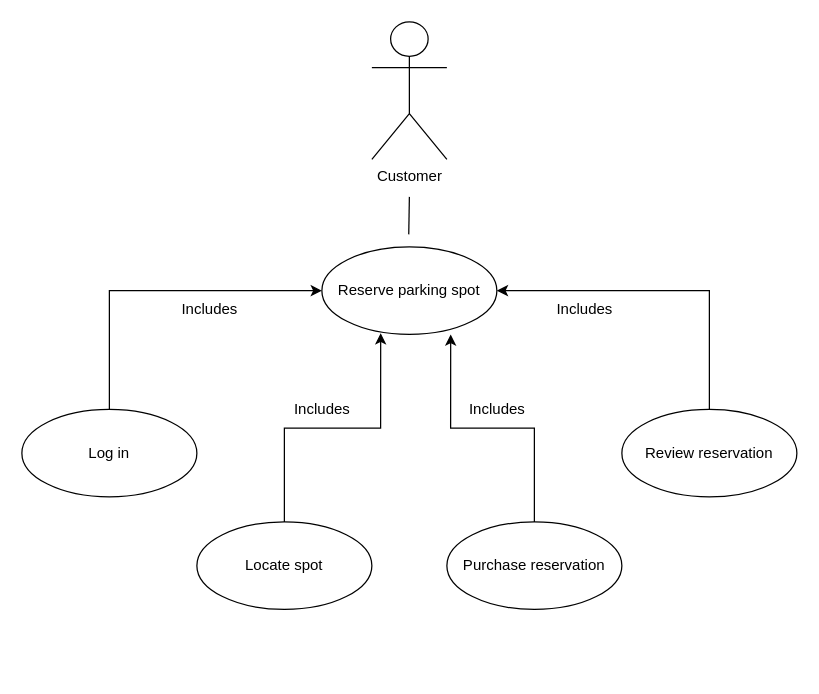
lexykj/TheDjinns-Group10 keeps this draw.io diagram as docs/Use_Case_Diagrams/Reserve_Spot.drawio. Above is the earlier version. Source tidied: cells renumbered, new cells numbered last; positions are measured from the earlier drawing's top-left corner, leaving out a move shared by most shapes. Both pictures are drawn from the tidied source at 125%, with x=0, y=0 at pixel (21, 21).
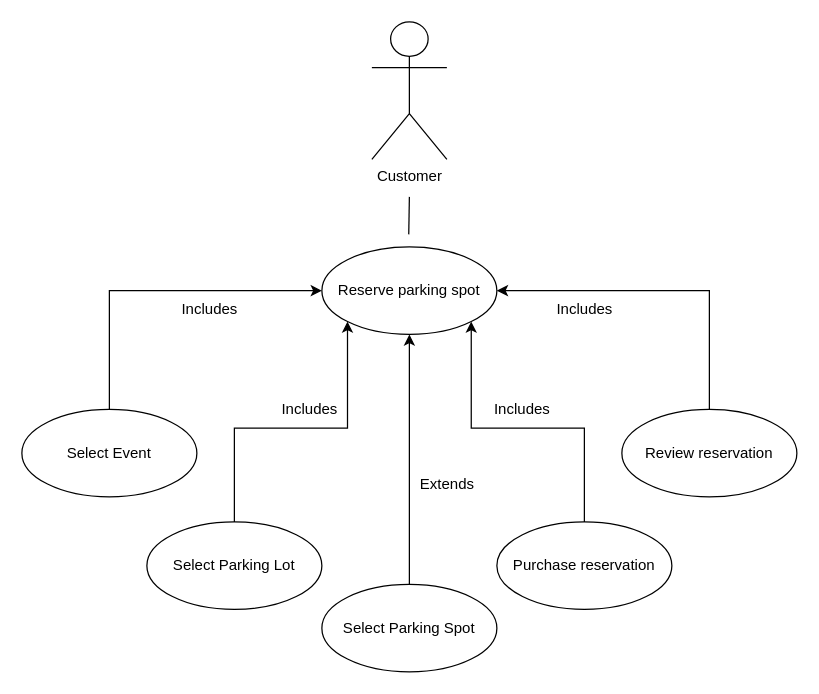
After the change.

Unchanged cells that the change refers to:
```xml
<mxCell id="3" value="Reserve parking spot" style="ellipse;whiteSpace=wrap;html=1;" parent="1" vertex="1">
  <mxGeometry x="240" y="180" width="140" height="70" as="geometry" />
</mxCell>
```

Diff of the diagram source:
```diff
@@
-    <mxCell id="4" style="edgeStyle=orthogonalEdgeStyle;rounded=0;jettySize=auto;html=1;exitX=0.5;exitY=0;exitDx=0;exitDy=0;entryX=0.336;entryY=0.986;entryDx=0;entryDy=0;entryPerimeter=0;" parent="1" edge="1" source="5" target="3">
+    <mxCell id="4" style="edgeStyle=orthogonalEdgeStyle;rounded=0;jettySize=auto;html=1;exitX=0.5;exitY=0;exitDx=0;exitDy=0;entryX=0;entryY=1;entryDx=0;entryDy=0;" parent="1" edge="1" source="5" target="3">
       <mxGeometry relative="1" as="geometry" />
     </mxCell>
-    <mxCell id="5" value="Locate spot" style="ellipse;whiteSpace=wrap;html=1;" parent="1" vertex="1">
-      <mxGeometry x="140" y="400" width="140" height="70" as="geometry" />
+    <mxCell id="5" value="Select Parking Lot" style="ellipse;whiteSpace=wrap;html=1;" parent="1" vertex="1">
+      <mxGeometry x="100" y="400" width="140" height="70" as="geometry" />
     </mxCell>
-    <mxCell id="6" style="edgeStyle=orthogonalEdgeStyle;rounded=0;jettySize=auto;html=1;exitX=0.5;exitY=0;exitDx=0;exitDy=0;entryX=0.736;entryY=1;entryDx=0;entryDy=0;entryPerimeter=0;" parent="1" edge="1" source="7" target="3">
+    <mxCell id="6" style="edgeStyle=orthogonalEdgeStyle;rounded=0;jettySize=auto;html=1;exitX=0.5;exitY=0;exitDx=0;exitDy=0;entryX=1;entryY=1;entryDx=0;entryDy=0;" parent="1" edge="1" source="7" target="3">
       <mxGeometry relative="1" as="geometry" />
     </mxCell>
     <mxCell id="7" value="Purchase reservation" style="ellipse;whiteSpace=wrap;html=1;" parent="1" vertex="1">
-      <mxGeometry x="340" y="400" width="140" height="70" as="geometry" />
+      <mxGeometry x="380" y="400" width="140" height="70" as="geometry" />
     </mxCell>
@@
     <mxCell id="12" value="Includes" style="text;html=1;align=center;verticalAlign=middle;" parent="1" vertex="1">
-      <mxGeometry x="210" y="300" width="60" height="20" as="geometry" />
+      <mxGeometry x="200" y="300" width="60" height="20" as="geometry" />
     </mxCell>
@@
-    <mxCell id="15" value="Log in" style="ellipse;whiteSpace=wrap;html=1;" parent="1" vertex="1">
+    <mxCell id="15" value="Select Event" style="ellipse;whiteSpace=wrap;html=1;" parent="1" vertex="1">
       <mxGeometry y="310" width="140" height="70" as="geometry" />
     </mxCell>
     <mxCell id="16" value="Includes" style="text;html=1;align=center;verticalAlign=middle;" parent="1" vertex="1">
-      <mxGeometry x="350" y="300" width="60" height="20" as="geometry" />
+      <mxGeometry x="370" y="300" width="60" height="20" as="geometry" />
     </mxCell>
+    <mxCell id="17" style="edgeStyle=orthogonalEdgeStyle;rounded=0;jettySize=auto;html=1;exitX=0.5;exitY=0;exitDx=0;exitDy=0;" parent="1" edge="1" source="18" target="3">
+      <mxGeometry relative="1" as="geometry" />
+    </mxCell>
+    <mxCell id="18" value="Select Parking Spot" style="ellipse;whiteSpace=wrap;html=1;" parent="1" vertex="1">
+      <mxGeometry x="240" y="450" width="140" height="70" as="geometry" />
+    </mxCell>
+    <mxCell id="19" value="Extends" style="text;html=1;align=center;verticalAlign=middle;" parent="1" vertex="1">
+      <mxGeometry x="310" y="360" width="60" height="20" as="geometry" />
+    </mxCell>
```
